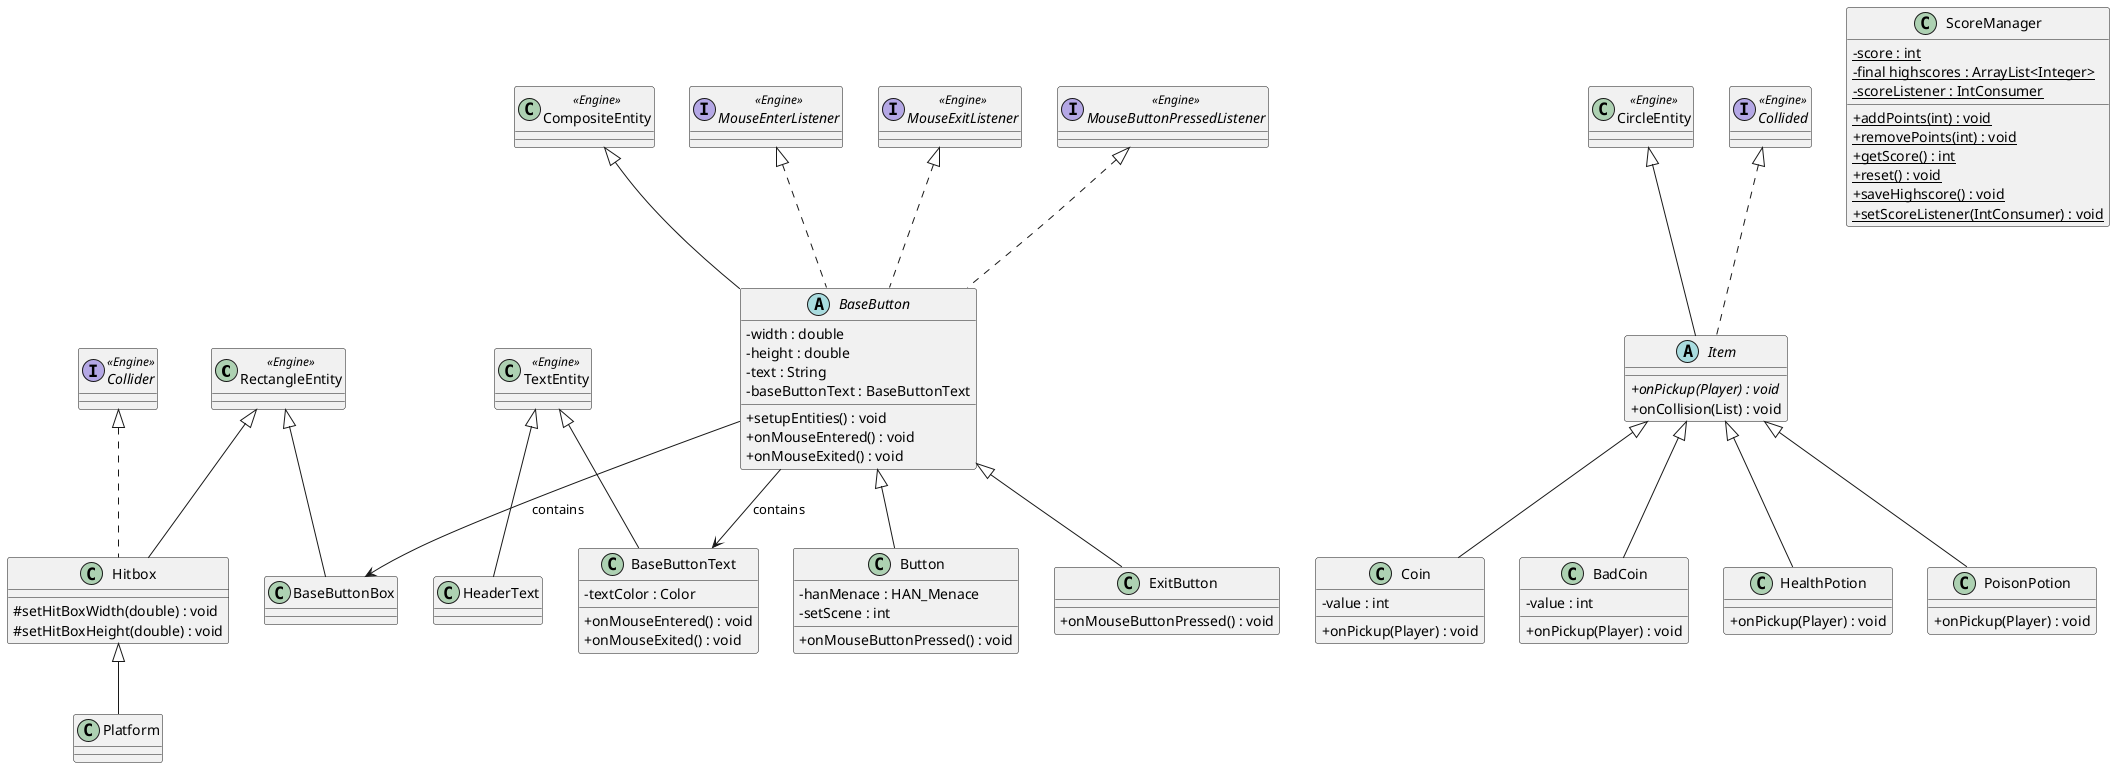
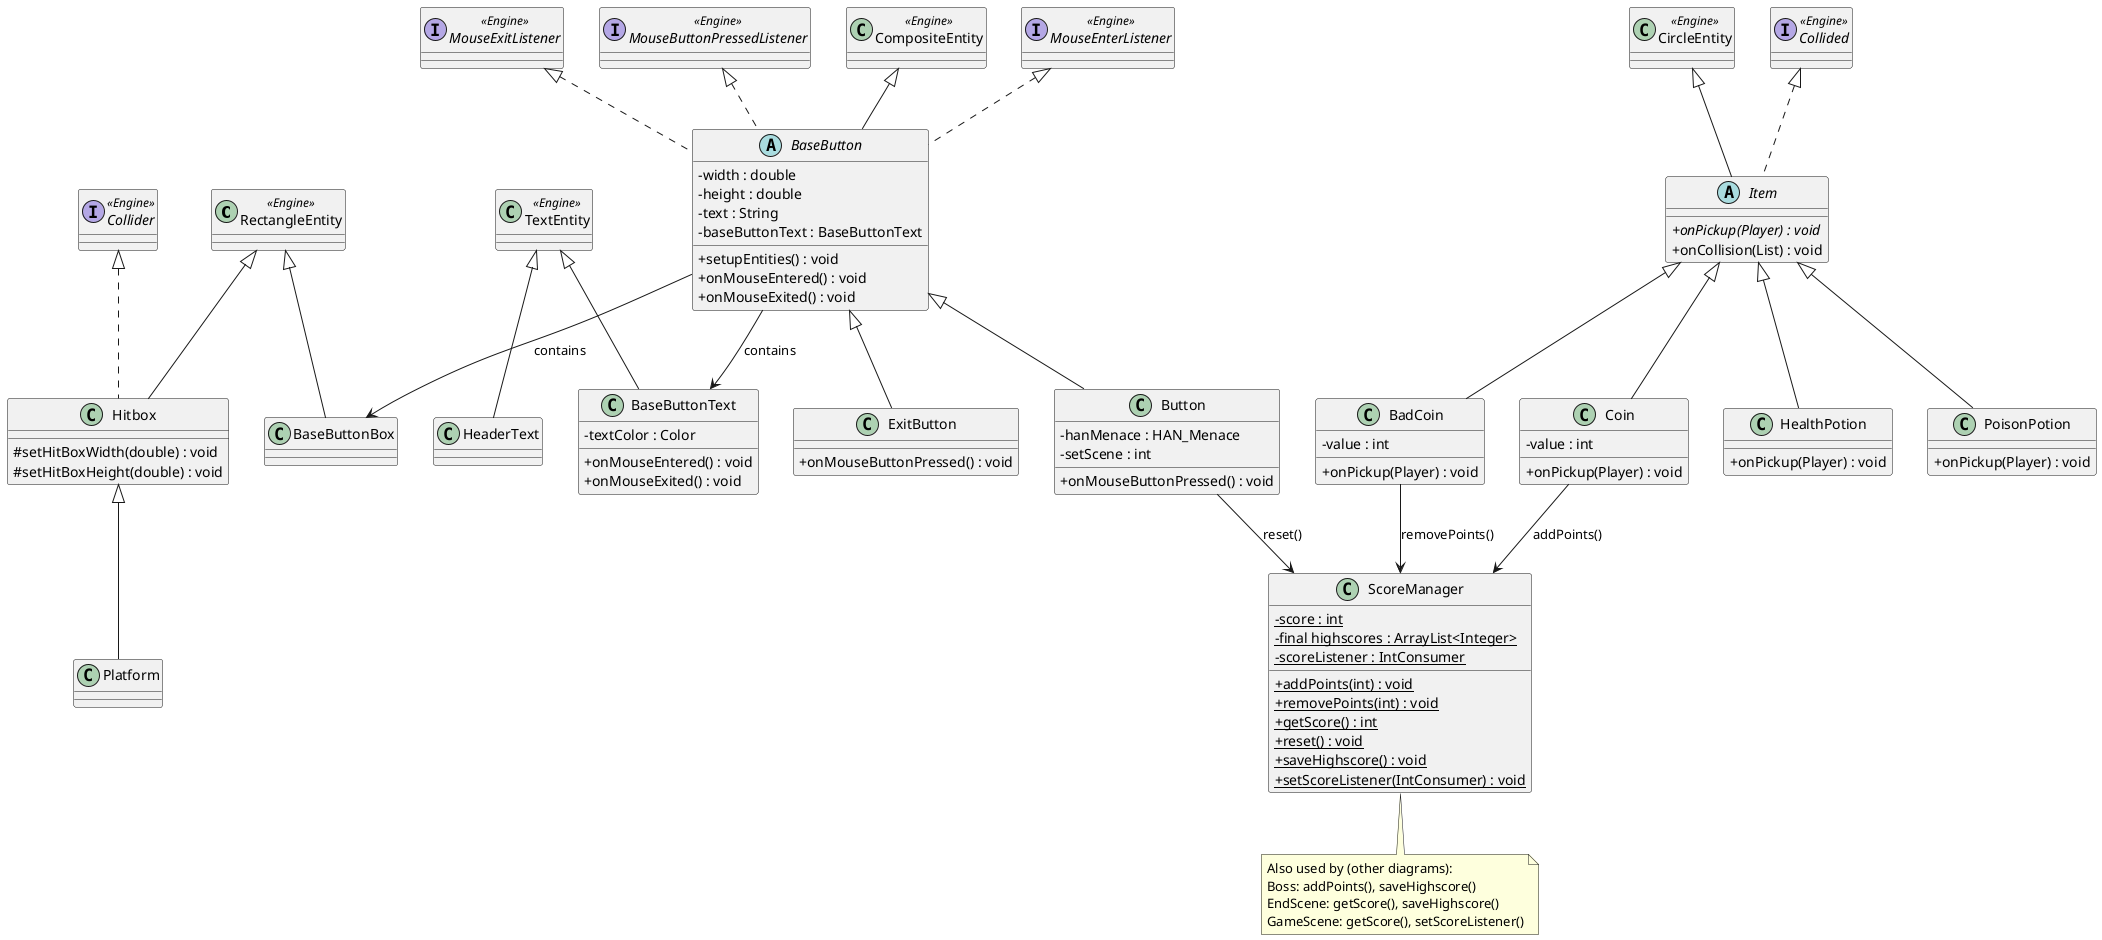
@startuml StaticEntities

skinparam classAttributeIconSize 0

class "RectangleEntity" <<Engine>>
class "CircleEntity" <<Engine>>
class "TextEntity" <<Engine>>
class "CompositeEntity" <<Engine>>
interface "Collider" <<Engine>>
interface "Collided" <<Engine>>
interface "MouseEnterListener" <<Engine>>
interface "MouseExitListener" <<Engine>>
interface "MouseButtonPressedListener" <<Engine>>

class Hitbox {
    #setHitBoxWidth(double) : void
    #setHitBoxHeight(double) : void
}

class Platform {
}

class ScoreManager {
    -{static} score : int
    -{static} final highscores : ArrayList<Integer>
    -{static} scoreListener : IntConsumer
    +{static} addPoints(int) : void
    +{static} removePoints(int) : void
    +{static} getScore() : int
    +{static} reset() : void
    +{static} saveHighscore() : void
    +{static} setScoreListener(IntConsumer) : void
}

abstract class Item {
    +{abstract} onPickup(Player) : void
    +onCollision(List) : void
}

class Coin {
    -value : int
    +onPickup(Player) : void
}

class BadCoin {
    -value : int
    +onPickup(Player) : void
}

class HealthPotion {
    +onPickup(Player) : void
}

class PoisonPotion {
    +onPickup(Player) : void
}

class HeaderText {
}

abstract class BaseButton {
    -width : double
    -height : double
    -text : String
    -baseButtonText : BaseButtonText
    +setupEntities() : void
    +onMouseEntered() : void
    +onMouseExited() : void
}

class BaseButtonBox {
}

class BaseButtonText {
    -textColor : Color
    +onMouseEntered() : void
    +onMouseExited() : void
}

class Button {
    -hanMenace : HAN_Menace
    -setScene : int
    +onMouseButtonPressed() : void
}

class ExitButton {
    +onMouseButtonPressed() : void
}

' Inheritance
RectangleEntity <|-- Hitbox
Hitbox <|-- Platform
CircleEntity <|-- Item
Item <|-- Coin
Item <|-- BadCoin
Item <|-- HealthPotion
Item <|-- PoisonPotion
TextEntity <|-- HeaderText
CompositeEntity <|-- BaseButton
BaseButton <|-- Button
BaseButton <|-- ExitButton
RectangleEntity <|-- BaseButtonBox
TextEntity <|-- BaseButtonText

' Interface implementations
Collider <|.. Hitbox
Collided <|.. Item
MouseEnterListener <|.. BaseButton
MouseExitListener <|.. BaseButton
MouseButtonPressedListener <|.. BaseButton

' Associations
BaseButton --> BaseButtonText : contains
BaseButton --> BaseButtonBox : contains

+ ' ScoreManager usage
+ Coin --> ScoreManager : addPoints()
+ BadCoin --> ScoreManager : removePoints()
+ Button --> ScoreManager : reset()
+ 
+ note bottom of ScoreManager
+   Also used by (other diagrams):
+   Boss: addPoints(), saveHighscore()
+   EndScene: getScore(), saveHighscore()
+   GameScene: getScore(), setScoreListener()
+ end note
+ 
@enduml